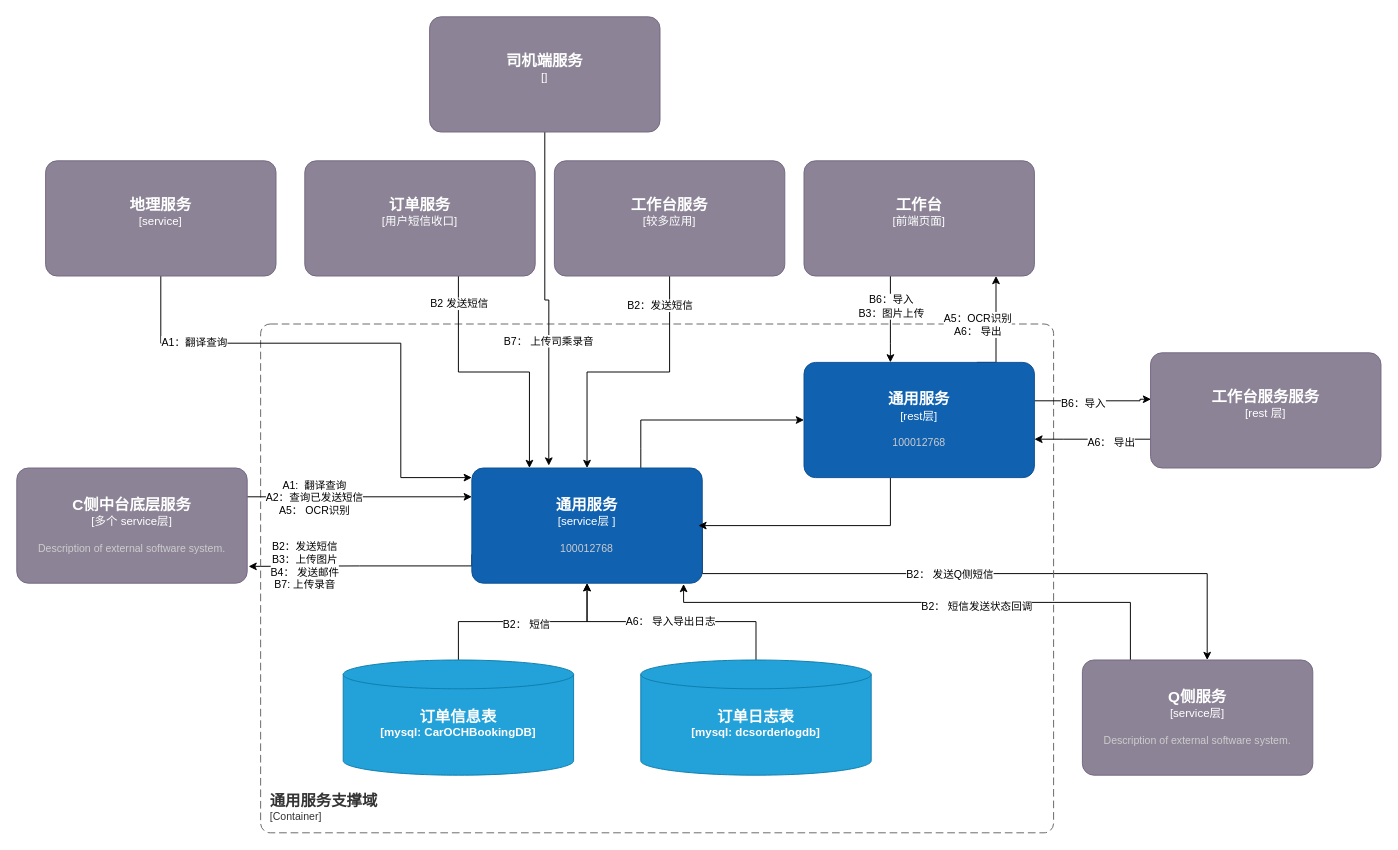
leonwcy/test keeps this draw.io diagram as page "通用服务" (5 of 5) of Trip上云.drawio. Above is the earlier version. Source tidied: cells renumbered, new cells numbered last; positions are measured from the earlier drawing's top-left corner, leaving out a move shared by most shapes. Both pictures are drawn from the tidied source at 96%, with x=0, y=0 at pixel (16, 16).
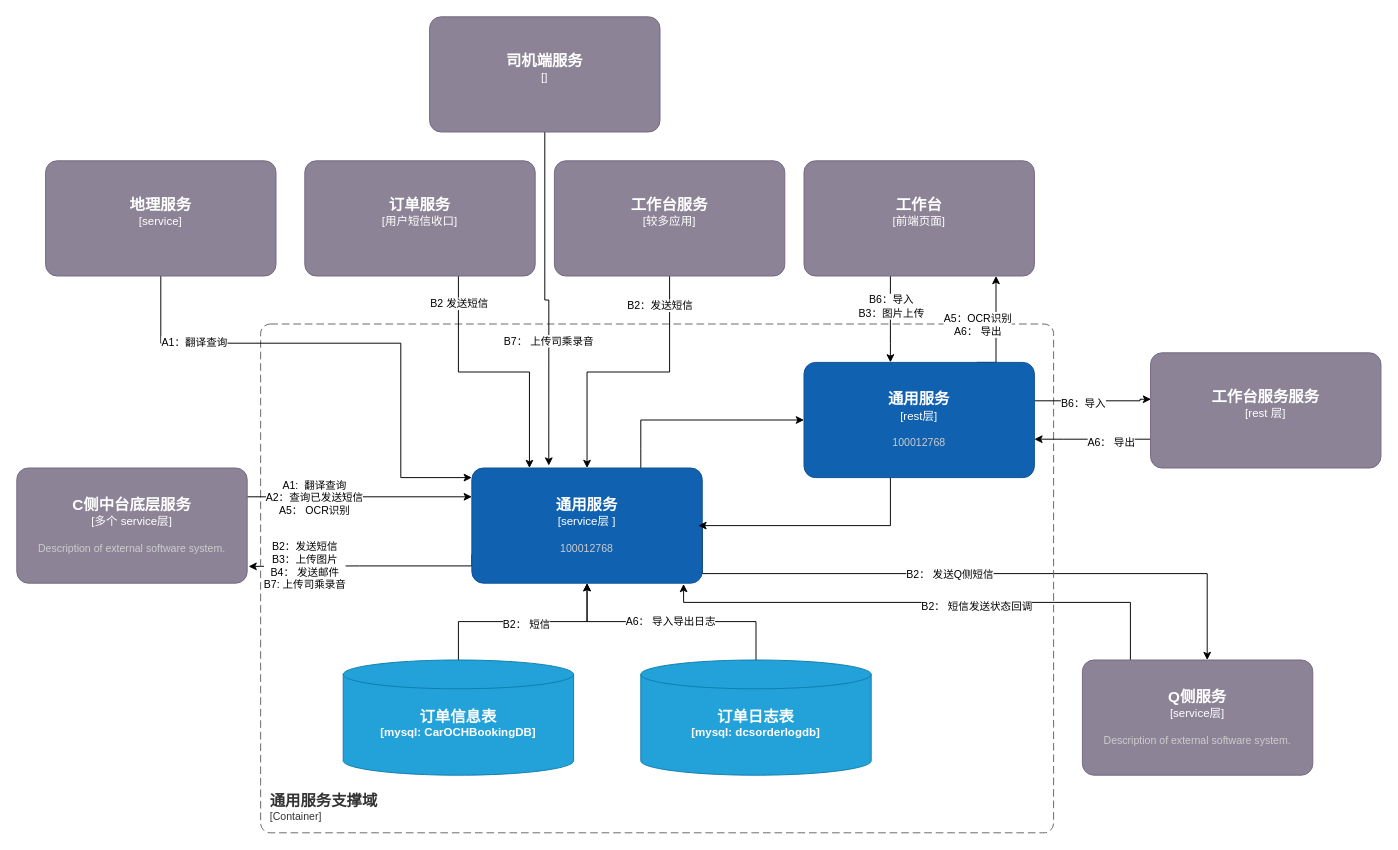
After the change.

Unchanged cells that the change refers to:
```xml
<mxCell id="3" style="edgeStyle=orthogonalEdgeStyle;rounded=0;jettySize=auto;html=1;exitX=0;exitY=0.75;exitDx=0;exitDy=0;exitPerimeter=0;entryX=1.006;entryY=0.854;entryDx=0;entryDy=0;entryPerimeter=0;" parent="1" edge="1" source="7" target="25">
  <mxGeometry relative="1" as="geometry">
    <Array as="points">
      <mxPoint x="474" y="572" />
      <mxPoint x="357" y="572" />
    </Array>
  </mxGeometry>
</mxCell>
```

Diff of the diagram source:
```diff
@@
-    <mxCell id="4" value="B2：发送短信&lt;br&gt;B3：上传图片&lt;br&gt;B4： 发送邮件&lt;br&gt;B7: 上传录音" style="edgeLabel;html=1;align=center;verticalAlign=middle;" parent="3" vertex="1">
+    <mxCell id="4" value="B2：发送短信&lt;br&gt;B3：上传图片&lt;br&gt;B4： 发送邮件&lt;br&gt;B7: 上传司乘录音" style="edgeLabel;html=1;align=center;verticalAlign=middle;" parent="3" vertex="1">
       <mxGeometry x="0.6" y="-1" relative="1" as="geometry">
         <mxPoint x="10" as="offset" />
       </mxGeometry>
     </mxCell>
```
